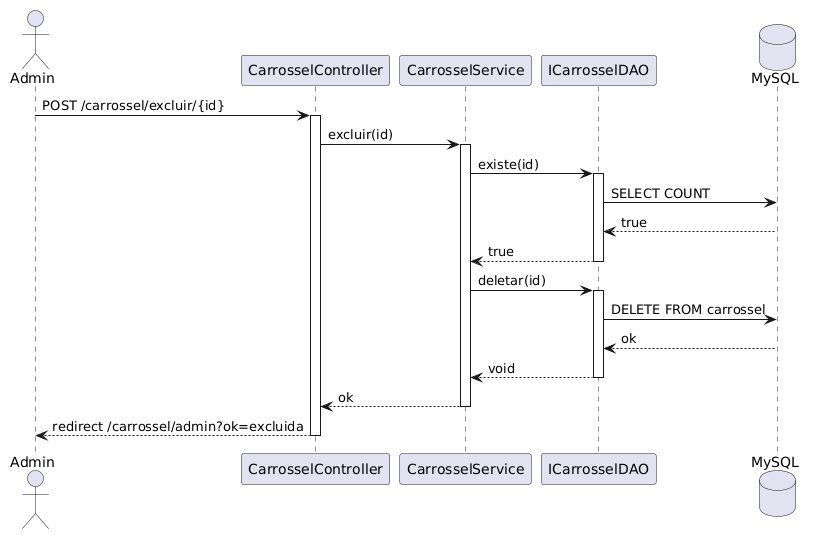
This is Diagramas/Diagramas de Sequência/Carrossel/Diagrama de Sequencia - Excluir Carrossel.png from MatheusAbib/Jornal-de-Receitas, a PlantUML export, as it was before one commit.
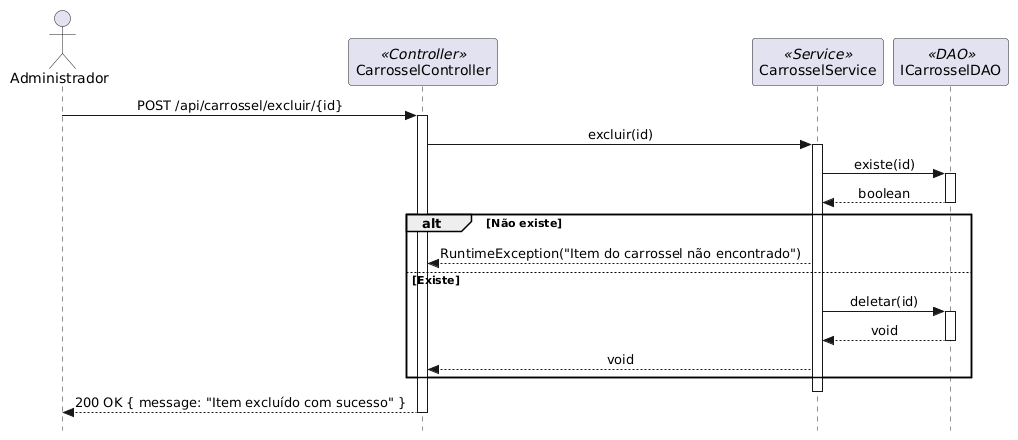
The same file after the commit.

Diff of the diagram source:
```diff
@@ -1,33 +1,31 @@
 @startuml
-actor "Admin" as admin
-participant "CarrosselController" as controller
-participant "CarrosselService" as service
-participant "ICarrosselDAO" as dao
-database "MySQL" as db
+skinparam style strictuml
+skinparam sequenceMessageAlign center
+skinparam shadowing false
 
-admin -> controller : POST /carrossel/excluir/{id}
-activate controller
+actor "Administrador" as admin
+participant "CarrosselController" as ctrl <<Controller>>
+participant "CarrosselService" as svc <<Service>>
+participant "ICarrosselDAO" as dao <<DAO>>
 
-controller -> service : excluir(id)
-activate service
-
-service -> dao : existe(id)
+admin -> ctrl: POST /api/carrossel/excluir/{id}
+activate ctrl
+ctrl -> svc: excluir(id)
+activate svc
+svc -> dao: existe(id)
 activate dao
-dao -> db : SELECT COUNT
-db --> dao : true
-dao --> service : true
+dao --> svc: boolean
 deactivate dao
-
-service -> dao : deletar(id)
-activate dao
-dao -> db : DELETE FROM carrossel
-db --> dao : ok
-dao --> service : void
-deactivate dao
-
-service --> controller : ok
-deactivate service
-
-controller --> admin : redirect /carrossel/admin?ok=excluida
-deactivate controller
+alt Não existe
+    svc --> ctrl: RuntimeException("Item do carrossel não encontrado")
+else Existe
+    svc -> dao: deletar(id)
+    activate dao
+    dao --> svc: void
+    deactivate dao
+    svc --> ctrl: void
+end
+deactivate svc
+ctrl --> admin: 200 OK { message: "Item excluído com sucesso" }
+deactivate ctrl
 @enduml
```
